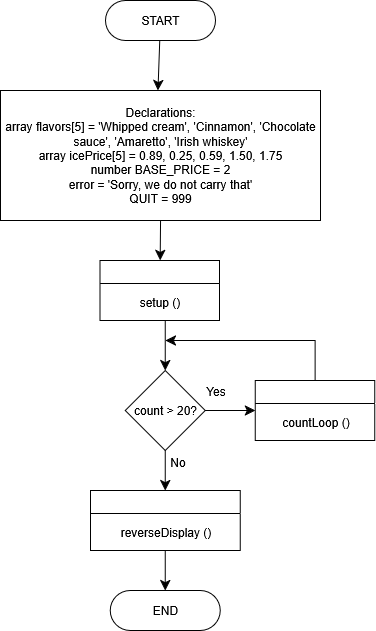
CBowles10/SDEV_120_FALL2025_CBOWLES keeps this draw.io diagram as Module 7 - Arrays Exercise 2 - Connor Bowles.drawio.png. Above is the earlier version. Source tidied: cells renumbered, new cells last; positions are measured from the earlier drawing's top-left corner, leaving out a move shared by most shapes.
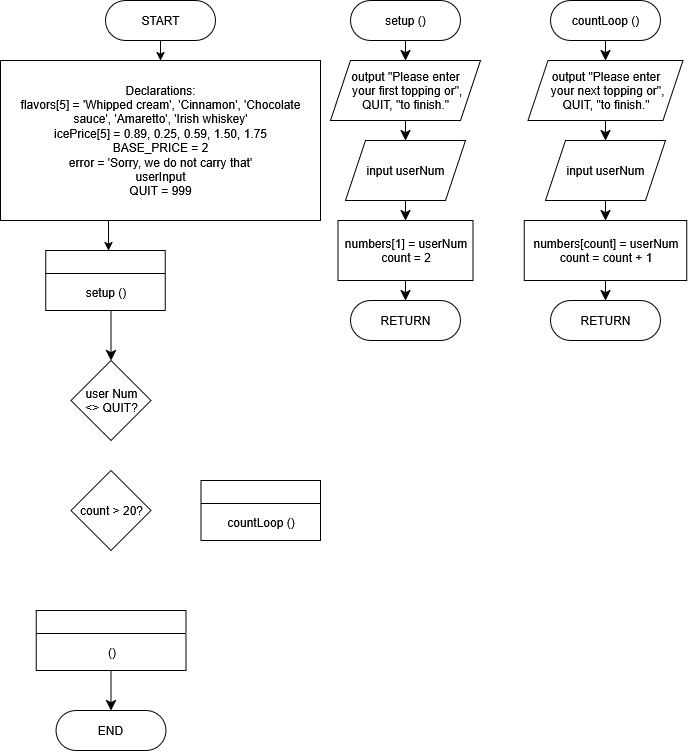
After the change.

Diff of the diagram source:
```diff
@@ -2,75 +2,112 @@
   <root>
     <mxCell id="0" />
     <mxCell id="1" parent="0" />
-    <mxCell id="2" style="edgeStyle=none;curved=1;rounded=0;jettySize=auto;html=1;fontSize=12;startSize=8;endSize=8;" parent="1" edge="1" source="3">
-      <mxGeometry relative="1" as="geometry">
-        <mxPoint x="157.5" y="90" as="targetPoint" />
-      </mxGeometry>
-    </mxCell>
+    <mxCell id="21" style="edgeStyle=orthogonalEdgeStyle;rounded=0;jettySize=auto;html=1;exitX=0.5;exitY=1;exitDx=0;exitDy=0;entryX=0.5;entryY=0;entryDx=0;entryDy=0;" parent="1" edge="1" source="3" target="5">
+      <mxGeometry relative="1" as="geometry" />
+    </mxCell>
     <mxCell id="3" value="START" style="rounded=1;whiteSpace=wrap;html=1;arcSize=50;" parent="1" vertex="1">
       <mxGeometry x="105" width="110" height="40" as="geometry" />
     </mxCell>
-    <mxCell id="4" style="edgeStyle=none;curved=1;rounded=0;jettySize=auto;html=1;exitX=0.5;exitY=1;exitDx=0;exitDy=0;fontSize=12;startSize=8;endSize=8;" parent="1" edge="1" source="5" target="15">
-      <mxGeometry relative="1" as="geometry" />
-    </mxCell>
+    <mxCell id="22" style="edgeStyle=orthogonalEdgeStyle;rounded=0;orthogonalLoop=1;jettySize=auto;html=1;exitX=0.25;exitY=1;exitDx=0;exitDy=0;entryX=0.25;entryY=0;entryDx=0;entryDy=0;" parent="1" edge="1">
+      <mxGeometry relative="1" as="geometry">
+        <mxPoint x="112.9" y="220" as="sourcePoint" />
+        <mxPoint x="108.1" y="250" as="targetPoint" />
+      </mxGeometry>
+    </mxCell>
-    <mxCell id="5" value="Declarations:&lt;div&gt;array flavors[5] = 'Whipped cream', 'Cinnamon', 'Chocolate sauce', 'Amaretto', 'Irish whiskey'&lt;br&gt;array icePrice[5] = 0.89, 0.25, 0.59, 1.50, 1.75&lt;br&gt;number BASE_PRICE = 2&lt;br&gt;error = 'Sorry, we do not carry that'&lt;/div&gt;&lt;div&gt;QUIT = 999&lt;/div&gt;" style="rounded=0;whiteSpace=wrap;html=1;" parent="1" vertex="1">
-      <mxGeometry y="90" width="320" height="130" as="geometry" />
+    <mxCell id="5" value="Declarations:&lt;div&gt;flavors[5] = 'Whipped cream', 'Cinnamon', 'Chocolate sauce', 'Amaretto', 'Irish whiskey'&lt;br&gt;icePrice[5] = 0.89, 0.25, 0.59, 1.50, 1.75&lt;br&gt;BASE_PRICE = 2&lt;br&gt;error = 'Sorry, we do not carry that'&lt;/div&gt;&lt;div&gt;userInput&lt;br&gt;QUIT = 999&lt;/div&gt;" style="rounded=0;whiteSpace=wrap;html=1;" parent="1" vertex="1">
+      <mxGeometry y="60" width="320" height="160" as="geometry" />
     </mxCell>
-    <mxCell id="6" style="edgeStyle=none;curved=1;rounded=0;jettySize=auto;html=1;fontSize=12;startSize=8;endSize=8;entryX=0;entryY=0.5;entryDx=0;entryDy=0;" parent="1" edge="1" source="10" target="12">
-      <mxGeometry relative="1" as="geometry" />
-    </mxCell>
-    <mxCell id="7" value="Yes" style="edgeLabel;html=1;align=center;verticalAlign=middle;fontSize=12;" parent="6" vertex="1">
-      <mxGeometry x="-0.19" y="-4" relative="1" as="geometry">
-        <mxPoint x="-10" y="-24" as="offset" />
-      </mxGeometry>
-    </mxCell>
-    <mxCell id="8" style="edgeStyle=none;curved=1;rounded=0;jettySize=auto;html=1;exitX=0.5;exitY=1;exitDx=0;exitDy=0;entryX=0.5;entryY=0;entryDx=0;entryDy=0;fontSize=12;startSize=8;endSize=8;" parent="1" edge="1" source="10" target="19">
-      <mxGeometry relative="1" as="geometry" />
-    </mxCell>
-    <mxCell id="9" value="No" style="edgeLabel;html=1;align=center;verticalAlign=middle;fontSize=12;" parent="8" vertex="1">
-      <mxGeometry x="-0.39" y="4" relative="1" as="geometry">
-        <mxPoint x="8" as="offset" />
-      </mxGeometry>
-    </mxCell>
     <mxCell id="10" value="count &amp;gt; 20?" style="rhombus;whiteSpace=wrap;html=1;" parent="1" vertex="1">
-      <mxGeometry x="124.9" y="370" width="80" height="80" as="geometry" />
+      <mxGeometry x="70.5" y="470" width="80" height="80" as="geometry" />
     </mxCell>
-    <mxCell id="11" style="edgeStyle=orthogonalEdgeStyle;rounded=0;jettySize=auto;html=1;exitX=0.5;exitY=0;exitDx=0;exitDy=0;fontSize=12;startSize=8;endSize=8;" parent="1" edge="1" source="12">
-      <mxGeometry relative="1" as="geometry">
-        <mxPoint x="164.9" y="340" as="targetPoint" />
-        <Array as="points">
-          <mxPoint x="314.9" y="340" />
-        </Array>
-      </mxGeometry>
-    </mxCell>
-    <mxCell id="12" style="swimlane;whiteSpace=wrap;html=1;" parent="1" vertex="1">
-      <mxGeometry x="254.9" y="380" width="119.5" height="60" as="geometry" />
-    </mxCell>
+    <mxCell id="23" style="swimlane;whiteSpace=wrap;html=1;" parent="1" vertex="1">
+      <mxGeometry x="200.5" y="480" width="119.5" height="60" as="geometry" />
+    </mxCell>
-    <mxCell id="13" value="&lt;font style=&quot;font-size: 12px;&quot;&gt;countLoop ()&lt;/font&gt;" style="text;html=1;align=center;verticalAlign=middle;strokeColor=none;fillColor=none;fontSize=16;" parent="12" vertex="1">
+    <mxCell id="13" value="&lt;font style=&quot;font-size: 12px;&quot;&gt;countLoop ()&lt;/font&gt;" style="text;html=1;align=center;verticalAlign=middle;strokeColor=none;fillColor=none;fontSize=16;" parent="23" vertex="1">
       <mxGeometry x="14.8" y="25" width="90" height="30" as="geometry" />
     </mxCell>
-    <mxCell id="14" style="edgeStyle=none;curved=1;rounded=0;jettySize=auto;html=1;entryX=0.5;entryY=0;entryDx=0;entryDy=0;fontSize=12;startSize=8;endSize=8;" parent="1" edge="1" target="10">
-      <mxGeometry relative="1" as="geometry">
-        <mxPoint x="164.9" y="320" as="sourcePoint" />
-      </mxGeometry>
-    </mxCell>
-    <mxCell id="15" style="swimlane;whiteSpace=wrap;html=1;" parent="1" vertex="1">
-      <mxGeometry x="99.6" y="260" width="119.5" height="60" as="geometry" />
-    </mxCell>
+    <mxCell id="24" style="edgeStyle=none;curved=1;rounded=0;jettySize=auto;html=1;fontSize=12;startSize=8;endSize=8;entryX=0.5;entryY=0;entryDx=0;entryDy=0;" parent="1" edge="1" target="29">
+      <mxGeometry relative="1" as="geometry">
+        <mxPoint x="110.5" y="310" as="sourcePoint" />
+      </mxGeometry>
+    </mxCell>
+    <mxCell id="25" style="swimlane;whiteSpace=wrap;html=1;" parent="1" vertex="1">
+      <mxGeometry x="45.2" y="250" width="119.5" height="60" as="geometry" />
+    </mxCell>
-    <mxCell id="16" value="&lt;font style=&quot;font-size: 12px;&quot;&gt;setup ()&lt;/font&gt;" style="text;html=1;align=center;verticalAlign=middle;strokeColor=none;fillColor=none;fontSize=16;" parent="15" vertex="1">
+    <mxCell id="16" value="&lt;font style=&quot;font-size: 12px;&quot;&gt;setup ()&lt;/font&gt;" style="text;html=1;align=center;verticalAlign=middle;strokeColor=none;fillColor=none;fontSize=16;" parent="25" vertex="1">
       <mxGeometry x="29.8" y="25" width="60" height="30" as="geometry" />
     </mxCell>
     <mxCell id="17" value="END" style="rounded=1;whiteSpace=wrap;html=1;arcSize=50;" parent="1" vertex="1">
-      <mxGeometry x="109.9" y="590" width="110" height="40" as="geometry" />
+      <mxGeometry x="55.5" y="710" width="110" height="40" as="geometry" />
     </mxCell>
-    <mxCell id="18" style="edgeStyle=none;curved=1;rounded=0;jettySize=auto;html=1;exitX=0.5;exitY=1;exitDx=0;exitDy=0;entryX=0.5;entryY=0;entryDx=0;entryDy=0;fontSize=12;startSize=8;endSize=8;" parent="1" edge="1" source="19" target="17">
-      <mxGeometry relative="1" as="geometry" />
-    </mxCell>
-    <mxCell id="19" style="swimlane;whiteSpace=wrap;html=1;" parent="1" vertex="1">
-      <mxGeometry x="90" y="490" width="149.8" height="60" as="geometry" />
-    </mxCell>
-    <mxCell id="20" value="&lt;font style=&quot;font-size: 12px;&quot;&gt;reverseDisplay ()&lt;/font&gt;" style="text;html=1;align=center;verticalAlign=middle;strokeColor=none;fillColor=none;fontSize=16;" parent="19" vertex="1">
-      <mxGeometry x="19.9" y="25" width="110" height="30" as="geometry" />
-    </mxCell>
+    <mxCell id="26" style="edgeStyle=none;curved=1;rounded=0;jettySize=auto;html=1;exitX=0.5;exitY=1;exitDx=0;exitDy=0;entryX=0.5;entryY=0;entryDx=0;entryDy=0;fontSize=12;startSize=8;endSize=8;" parent="1" edge="1" source="27" target="17">
+      <mxGeometry relative="1" as="geometry" />
+    </mxCell>
+    <mxCell id="27" style="swimlane;whiteSpace=wrap;html=1;" parent="1" vertex="1">
+      <mxGeometry x="35.6" y="610" width="149.8" height="60" as="geometry" />
+    </mxCell>
+    <mxCell id="28" value="&lt;font style=&quot;font-size: 12px;&quot;&gt;()&lt;/font&gt;" style="text;html=1;align=center;verticalAlign=middle;strokeColor=none;fillColor=none;fontSize=16;" parent="27" vertex="1">
+      <mxGeometry x="59.9" y="25" width="30" height="30" as="geometry" />
+    </mxCell>
+    <mxCell id="29" value="user Num&lt;br&gt;&amp;lt;&amp;gt; QUIT?" style="rhombus;whiteSpace=wrap;html=1;" parent="1" vertex="1">
+      <mxGeometry x="70.5" y="360" width="80" height="80" as="geometry" />
+    </mxCell>
+    <mxCell id="30" style="edgeStyle=none;curved=1;rounded=0;jettySize=auto;html=1;exitX=0.5;exitY=1;exitDx=0;exitDy=0;entryX=0.5;entryY=0;entryDx=0;entryDy=0;fontSize=12;startSize=8;endSize=8;" parent="1" edge="1" source="31" target="33">
+      <mxGeometry relative="1" as="geometry" />
+    </mxCell>
+    <mxCell id="31" value="setup ()" style="rounded=1;whiteSpace=wrap;html=1;arcSize=50;" parent="1" vertex="1">
+      <mxGeometry x="350" width="110" height="40" as="geometry" />
+    </mxCell>
+    <mxCell id="32" style="edgeStyle=none;curved=1;rounded=0;jettySize=auto;html=1;exitX=0.5;exitY=1;exitDx=0;exitDy=0;entryX=0.5;entryY=0;entryDx=0;entryDy=0;fontSize=12;startSize=8;endSize=8;" parent="1" edge="1" source="33" target="35">
+      <mxGeometry relative="1" as="geometry" />
+    </mxCell>
+    <mxCell id="33" value="output &quot;Please enter&lt;br&gt;&amp;nbsp;your first topping or&quot;,&lt;br&gt;QUIT, &quot;to finish.&quot;" style="shape=parallelogram;perimeter=parallelogramPerimeter;whiteSpace=wrap;html=1;fixedSize=1;" parent="1" vertex="1">
+      <mxGeometry x="330" y="60" width="150" height="60" as="geometry" />
+    </mxCell>
+    <mxCell id="34" style="edgeStyle=none;curved=1;rounded=0;jettySize=auto;html=1;exitX=0.5;exitY=1;exitDx=0;exitDy=0;fontSize=12;startSize=8;endSize=8;" parent="1" edge="1" source="35" target="38">
+      <mxGeometry relative="1" as="geometry" />
+    </mxCell>
+    <mxCell id="35" value="input userNum" style="shape=parallelogram;perimeter=parallelogramPerimeter;whiteSpace=wrap;html=1;fixedSize=1;" parent="1" vertex="1">
+      <mxGeometry x="345" y="140" width="120" height="60" as="geometry" />
+    </mxCell>
+    <mxCell id="36" value="RETURN" style="rounded=1;whiteSpace=wrap;html=1;arcSize=50;" parent="1" vertex="1">
+      <mxGeometry x="350" y="300" width="110" height="40" as="geometry" />
+    </mxCell>
+    <mxCell id="37" style="edgeStyle=none;curved=1;rounded=0;jettySize=auto;html=1;exitX=0.5;exitY=1;exitDx=0;exitDy=0;entryX=0.5;entryY=0;entryDx=0;entryDy=0;fontSize=12;startSize=8;endSize=8;" parent="1" edge="1" source="38" target="36">
+      <mxGeometry relative="1" as="geometry" />
+    </mxCell>
+    <mxCell id="38" value="numbers[1] = userNum&lt;br&gt;count = 2" style="rounded=0;whiteSpace=wrap;html=1;" parent="1" vertex="1">
+      <mxGeometry x="337.5" y="220" width="135" height="60" as="geometry" />
+    </mxCell>
+    <mxCell id="39" style="edgeStyle=none;curved=1;rounded=0;jettySize=auto;html=1;exitX=0.5;exitY=1;exitDx=0;exitDy=0;entryX=0.5;entryY=0;entryDx=0;entryDy=0;fontSize=12;startSize=8;endSize=8;" parent="1" edge="1" source="40" target="42">
+      <mxGeometry relative="1" as="geometry" />
+    </mxCell>
+    <mxCell id="40" value="countLoop ()" style="rounded=1;whiteSpace=wrap;html=1;arcSize=50;" parent="1" vertex="1">
+      <mxGeometry x="550" width="110" height="40" as="geometry" />
+    </mxCell>
+    <mxCell id="41" style="edgeStyle=none;curved=1;rounded=0;jettySize=auto;html=1;exitX=0.5;exitY=1;exitDx=0;exitDy=0;fontSize=12;startSize=8;endSize=8;" parent="1" edge="1" source="42" target="44">
+      <mxGeometry relative="1" as="geometry" />
+    </mxCell>
+    <mxCell id="42" value="output &quot;Please enter&lt;br&gt;&amp;nbsp;your next topping or&quot;,&lt;br&gt;QUIT, &quot;to finish.&quot;" style="shape=parallelogram;perimeter=parallelogramPerimeter;whiteSpace=wrap;html=1;fixedSize=1;" parent="1" vertex="1">
+      <mxGeometry x="527.5" y="60" width="155" height="60" as="geometry" />
+    </mxCell>
+    <mxCell id="43" style="edgeStyle=none;curved=1;rounded=0;jettySize=auto;html=1;exitX=0.5;exitY=1;exitDx=0;exitDy=0;entryX=0.5;entryY=0;entryDx=0;entryDy=0;fontSize=12;startSize=8;endSize=8;" parent="1" edge="1" source="44" target="46">
+      <mxGeometry relative="1" as="geometry" />
+    </mxCell>
+    <mxCell id="44" value="input userNum" style="shape=parallelogram;perimeter=parallelogramPerimeter;whiteSpace=wrap;html=1;fixedSize=1;" parent="1" vertex="1">
+      <mxGeometry x="545" y="140" width="120" height="60" as="geometry" />
+    </mxCell>
+    <mxCell id="45" style="edgeStyle=none;curved=1;rounded=0;jettySize=auto;html=1;exitX=0.5;exitY=1;exitDx=0;exitDy=0;entryX=0.5;entryY=0;entryDx=0;entryDy=0;fontSize=12;startSize=8;endSize=8;" parent="1" edge="1" source="46" target="48">
+      <mxGeometry relative="1" as="geometry" />
+    </mxCell>
+    <mxCell id="46" value="numbers[count] = userNum&lt;br&gt;count = count + 1" style="rounded=0;whiteSpace=wrap;html=1;" parent="1" vertex="1">
+      <mxGeometry x="523.8" y="220" width="162.5" height="60" as="geometry" />
+    </mxCell>
+    <mxCell id="47" style="edgeStyle=none;curved=1;rounded=0;orthogonalLoop=1;jettySize=auto;html=1;entryX=0.5;entryY=0;entryDx=0;entryDy=0;fontSize=12;startSize=8;endSize=8;" parent="1" edge="1" source="46" target="46">
+      <mxGeometry relative="1" as="geometry" />
+    </mxCell>
+    <mxCell id="48" value="RETURN" style="rounded=1;whiteSpace=wrap;html=1;arcSize=50;" parent="1" vertex="1">
+      <mxGeometry x="550" y="300" width="110" height="40" as="geometry" />
+    </mxCell>
   </root>
 </mxGraphModel>
```
